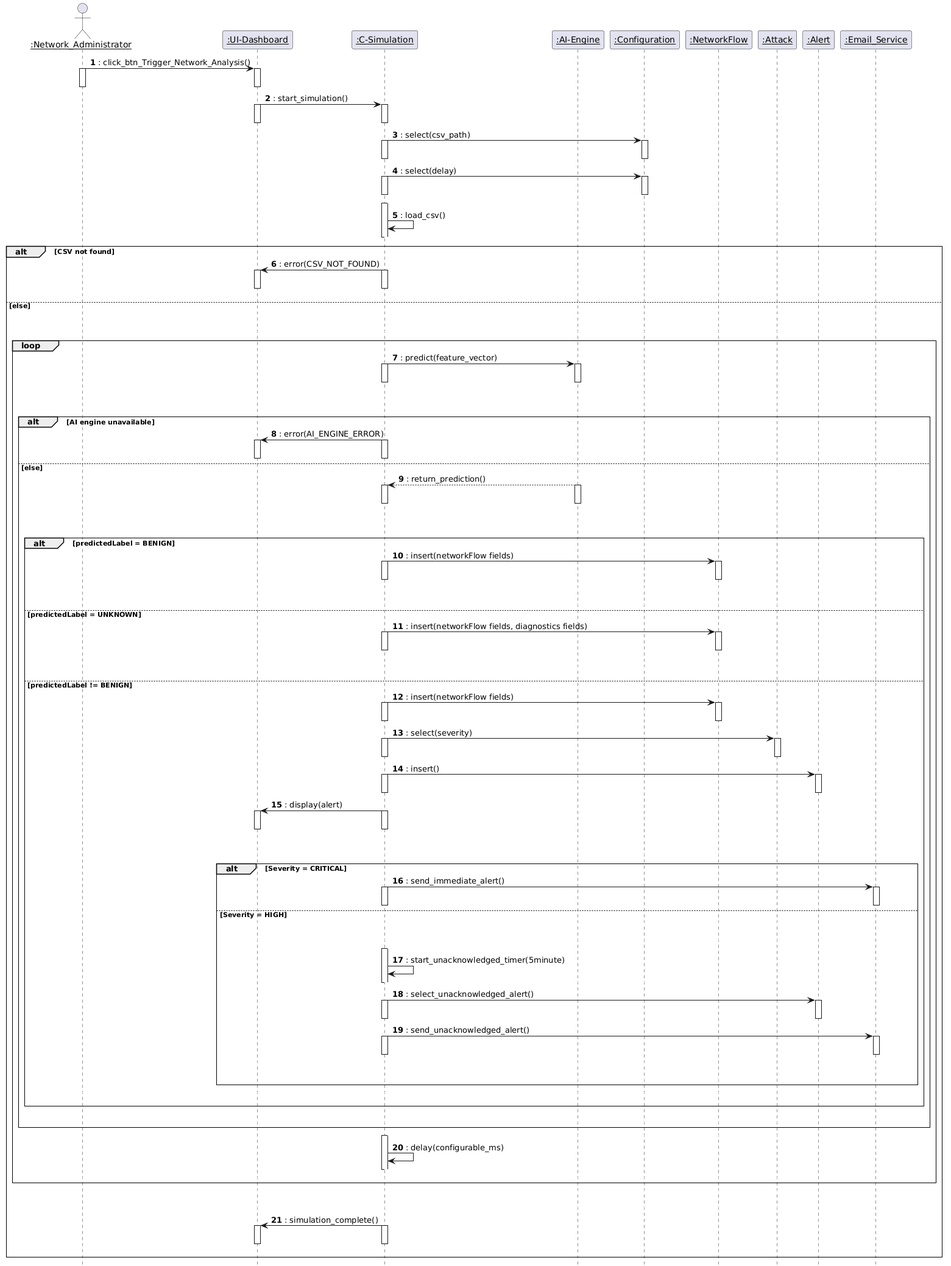
Earlier version of the PlantUML export diagrams/SeqD_trigger_network_analysis.png (Amira-BOUAFIF/pfe-nids-report).
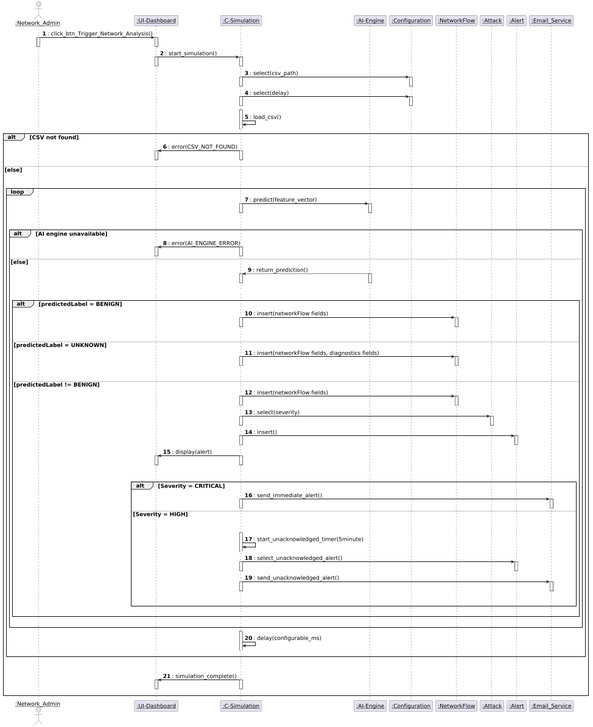
The same file after the commit.

What changed in the source:
```diff
@@ -1,12 +1,24 @@
 @startuml
 autonumber
 hide circle
+scale 0.5
+skinparam defaultFontSize 18
+
+skinparam sequenceArrowThickness 2
+skinparam sequenceParticipantFontSize 18
+skinparam sequenceActorFontSize 18
+skinparam sequenceLifeLineBorderColor black
+skinparam sequenceLifeLineBorderThickness 1
+skinparam sequenceMessageFontSize 18
+skinparam sequenceNoteFontSize 16
+skinparam sequenceAutoNumberFontSize 16
+
 
 skinparam sequenceParticipant underline
-skinparam sequenceGroupBorderThickness 1
 
 
-actor ":Network_Administrator" as Admin
+
+actor ":Network_Admin" as Admin
 participant ":UI-Dashboard" as UI
 participant ":C-Simulation" as Sim
 participant ":AI-Engine" as AI
```
